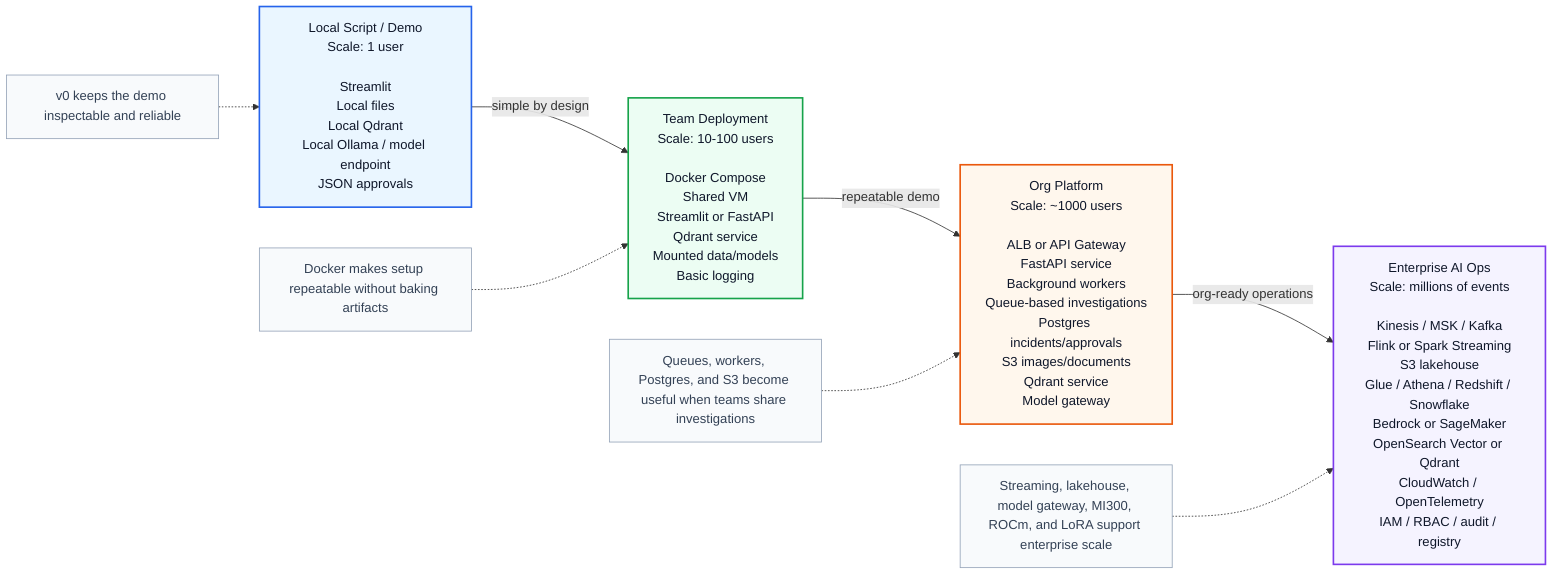
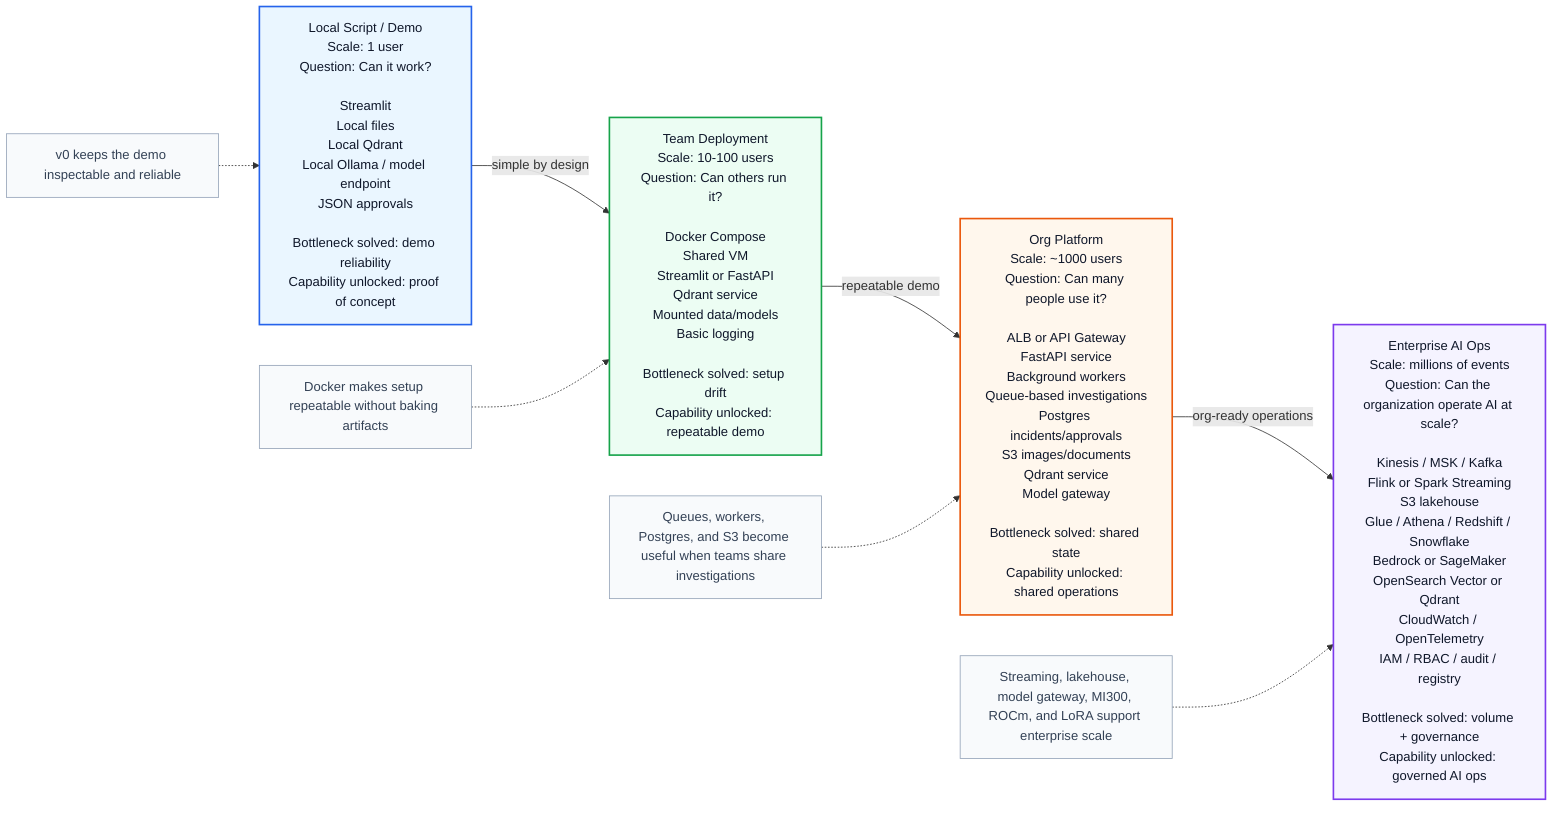
flowchart LR
    classDef local fill:#EAF6FF,stroke:#2563EB,stroke-width:2px,color:#0F172A
    classDef team fill:#ECFDF3,stroke:#16A34A,stroke-width:2px,color:#0F172A
    classDef org fill:#FFF7ED,stroke:#EA580C,stroke-width:2px,color:#0F172A
    classDef enterprise fill:#F5F3FF,stroke:#7C3AED,stroke-width:2px,color:#0F172A
    classDef note fill:#F8FAFC,stroke:#94A3B8,stroke-width:1px,color:#334155

-     S0["Local Script / Demo<br/>Scale: 1 user<br/><br/>Streamlit<br/>Local files<br/>Local Qdrant<br/>Local Ollama / model endpoint<br/>JSON approvals"]:::local
-     S1["Team Deployment<br/>Scale: 10-100 users<br/><br/>Docker Compose<br/>Shared VM<br/>Streamlit or FastAPI<br/>Qdrant service<br/>Mounted data/models<br/>Basic logging"]:::team
-     S2["Org Platform<br/>Scale: ~1000 users<br/><br/>ALB or API Gateway<br/>FastAPI service<br/>Background workers<br/>Queue-based investigations<br/>Postgres incidents/approvals<br/>S3 images/documents<br/>Qdrant service<br/>Model gateway"]:::org
-     S3["Enterprise AI Ops<br/>Scale: millions of events<br/><br/>Kinesis / MSK / Kafka<br/>Flink or Spark Streaming<br/>S3 lakehouse<br/>Glue / Athena / Redshift / Snowflake<br/>Bedrock or SageMaker<br/>OpenSearch Vector or Qdrant<br/>CloudWatch / OpenTelemetry<br/>IAM / RBAC / audit / registry"]:::enterprise
+     S0["Local Script / Demo<br/>Scale: 1 user<br/>Question: Can it work?<br/><br/>Streamlit<br/>Local files<br/>Local Qdrant<br/>Local Ollama / model endpoint<br/>JSON approvals<br/><br/>Bottleneck solved: demo reliability<br/>Capability unlocked: proof of concept"]:::local
+     S1["Team Deployment<br/>Scale: 10-100 users<br/>Question: Can others run it?<br/><br/>Docker Compose<br/>Shared VM<br/>Streamlit or FastAPI<br/>Qdrant service<br/>Mounted data/models<br/>Basic logging<br/><br/>Bottleneck solved: setup drift<br/>Capability unlocked: repeatable demo"]:::team
+     S2["Org Platform<br/>Scale: ~1000 users<br/>Question: Can many people use it?<br/><br/>ALB or API Gateway<br/>FastAPI service<br/>Background workers<br/>Queue-based investigations<br/>Postgres incidents/approvals<br/>S3 images/documents<br/>Qdrant service<br/>Model gateway<br/><br/>Bottleneck solved: shared state<br/>Capability unlocked: shared operations"]:::org
+     S3["Enterprise AI Ops<br/>Scale: millions of events<br/>Question: Can the organization operate AI at scale?<br/><br/>Kinesis / MSK / Kafka<br/>Flink or Spark Streaming<br/>S3 lakehouse<br/>Glue / Athena / Redshift / Snowflake<br/>Bedrock or SageMaker<br/>OpenSearch Vector or Qdrant<br/>CloudWatch / OpenTelemetry<br/>IAM / RBAC / audit / registry<br/><br/>Bottleneck solved: volume + governance<br/>Capability unlocked: governed AI ops"]:::enterprise

    S0 -->|"simple by design"| S1
    S1 -->|"repeatable demo"| S2
    S2 -->|"org-ready operations"| S3

    N0["v0 keeps the demo inspectable and reliable"]:::note -.-> S0
    N1["Docker makes setup repeatable without baking artifacts"]:::note -.-> S1
    N2["Queues, workers, Postgres, and S3 become useful when teams share investigations"]:::note -.-> S2
    N3["Streaming, lakehouse, model gateway, MI300, ROCm, and LoRA support enterprise scale"]:::note -.-> S3
